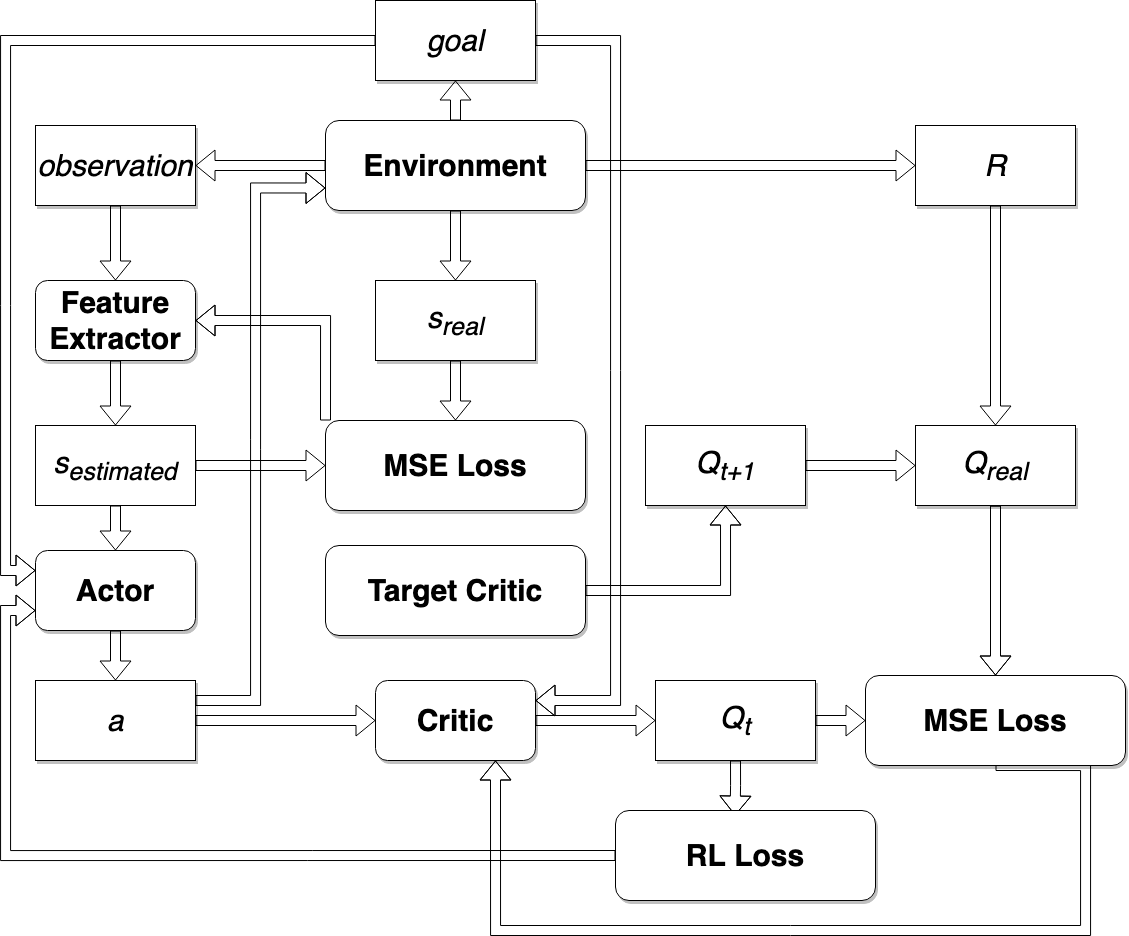
The draw.io diagram assets/files/sim2real.png in KraftOreo/kraftoreo.github.io, before a commit. Source tidied: cells renumbered, new cells last; positions are measured from the earlier drawing's top-left corner, leaving out a move shared by most shapes.
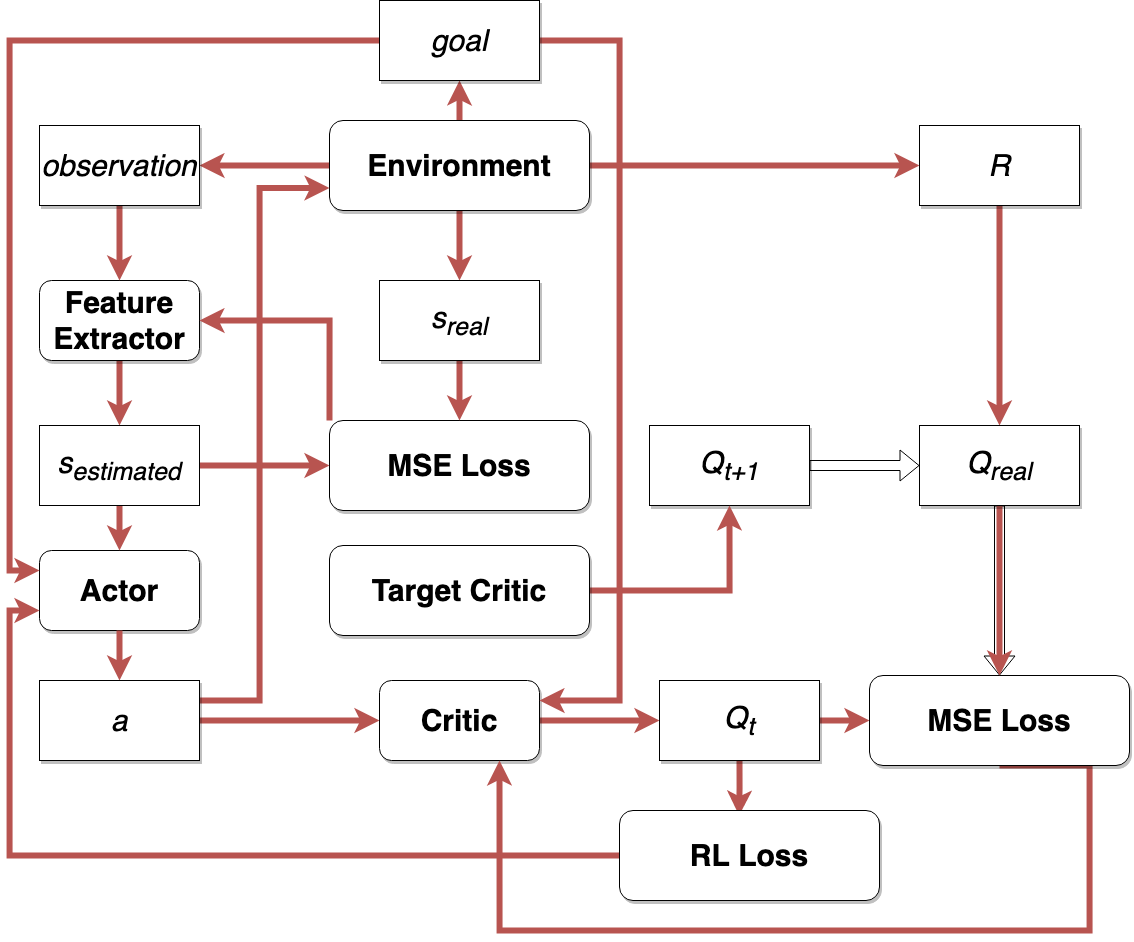
Later version of the same file.

The edit, as a diff of the source:
```diff
@@ -2,22 +2,22 @@
   <root>
     <mxCell id="0" />
     <mxCell id="1" parent="0" />
-    <mxCell id="2" style="edgeStyle=orthogonalEdgeStyle;shape=flexArrow;rounded=0;jettySize=auto;html=1;exitX=0.5;exitY=1;exitDx=0;exitDy=0;entryX=0.5;entryY=0;entryDx=0;entryDy=0;fontSize=30;" parent="1" edge="1" source="6" target="23">
+    <mxCell id="2" style="edgeStyle=orthogonalEdgeStyle;rounded=0;jettySize=auto;html=1;exitX=0.5;exitY=1;exitDx=0;exitDy=0;entryX=0.5;entryY=0;entryDx=0;entryDy=0;fontSize=30;fillColor=#f8cecc;strokeColor=#b85450;strokeWidth=6;" parent="1" edge="1" source="6" target="23">
       <mxGeometry relative="1" as="geometry" />
     </mxCell>
-    <mxCell id="3" style="edgeStyle=orthogonalEdgeStyle;shape=flexArrow;rounded=0;jettySize=auto;html=1;exitX=1;exitY=0.5;exitDx=0;exitDy=0;entryX=0;entryY=0.5;entryDx=0;entryDy=0;fontSize=30;" parent="1" edge="1" source="6" target="32">
+    <mxCell id="3" style="edgeStyle=orthogonalEdgeStyle;rounded=0;jettySize=auto;html=1;exitX=1;exitY=0.5;exitDx=0;exitDy=0;entryX=0;entryY=0.5;entryDx=0;entryDy=0;fontSize=30;fillColor=#f8cecc;strokeColor=#b85450;strokeWidth=6;" parent="1" edge="1" source="6" target="32">
       <mxGeometry relative="1" as="geometry" />
     </mxCell>
-    <mxCell id="4" style="edgeStyle=orthogonalEdgeStyle;shape=flexArrow;rounded=0;jettySize=auto;html=1;exitX=0;exitY=0.5;exitDx=0;exitDy=0;fontSize=30;endSize=6;" parent="1" edge="1" source="6" target="19">
+    <mxCell id="4" style="edgeStyle=orthogonalEdgeStyle;rounded=0;jettySize=auto;html=1;exitX=0;exitY=0.5;exitDx=0;exitDy=0;fontSize=30;fillColor=#f8cecc;strokeColor=#b85450;strokeWidth=6;" parent="1" edge="1" source="6" target="19">
       <mxGeometry relative="1" as="geometry" />
     </mxCell>
-    <mxCell id="5" style="edgeStyle=orthogonalEdgeStyle;shape=flexArrow;rounded=0;jettySize=auto;html=1;exitX=0.5;exitY=0;exitDx=0;exitDy=0;entryX=0.5;entryY=1;entryDx=0;entryDy=0;fontSize=30;endSize=6;" parent="1" edge="1" source="6" target="44">
+    <mxCell id="5" style="edgeStyle=orthogonalEdgeStyle;rounded=0;jettySize=auto;html=1;exitX=0.5;exitY=0;exitDx=0;exitDy=0;entryX=0.5;entryY=1;entryDx=0;entryDy=0;fontSize=30;fillColor=#f8cecc;strokeColor=#b85450;strokeWidth=6;" parent="1" edge="1" source="6" target="44">
       <mxGeometry relative="1" as="geometry" />
     </mxCell>
     <mxCell id="6" value="&lt;b&gt;Environment&lt;/b&gt;" style="rounded=1;whiteSpace=wrap;html=1;shadow=1;glass=0;sketch=0;fontSize=30;" parent="1" vertex="1">
       <mxGeometry x="320" y="120" width="260" height="90" as="geometry" />
     </mxCell>
-    <mxCell id="7" style="edgeStyle=orthogonalEdgeStyle;shape=flexArrow;rounded=0;jettySize=auto;html=1;exitX=0.5;exitY=1;exitDx=0;exitDy=0;entryX=0.5;entryY=0;entryDx=0;entryDy=0;fontSize=30;" parent="1" edge="1" source="8" target="13">
+    <mxCell id="7" style="edgeStyle=orthogonalEdgeStyle;rounded=0;jettySize=auto;html=1;exitX=0.5;exitY=1;exitDx=0;exitDy=0;entryX=0.5;entryY=0;entryDx=0;entryDy=0;fontSize=30;fillColor=#f8cecc;strokeColor=#b85450;strokeWidth=6;" parent="1" edge="1" source="8" target="13">
       <mxGeometry relative="1" as="geometry" />
     </mxCell>
     <mxCell id="8" value="&lt;b&gt;Feature Extractor&lt;/b&gt;" style="whiteSpace=wrap;html=1;align=center;newEdgeStyle={&quot;edgeStyle&quot;:&quot;elbowEdgeStyle&quot;,&quot;startArrow&quot;:&quot;none&quot;,&quot;endArrow&quot;:&quot;none&quot;};fontSize=30;rounded=1;shadow=1;sketch=0;glass=0;" parent="1" vertex="1">
@@ -29,19 +29,19 @@
     <mxCell id="10" style="edgeStyle=elbowEdgeStyle;shape=flexArrow;rounded=0;orthogonalLoop=1;jettySize=auto;html=1;elbow=vertical;startArrow=none;endArrow=none;exitX=0.5;exitY=0;exitDx=0;exitDy=0;exitPerimeter=0;" parent="1" edge="1" source="13" target="13">
       <mxGeometry relative="1" as="geometry" />
     </mxCell>
-    <mxCell id="11" style="edgeStyle=orthogonalEdgeStyle;shape=flexArrow;rounded=0;jettySize=auto;html=1;exitX=0.5;exitY=1;exitDx=0;exitDy=0;entryX=0.5;entryY=0;entryDx=0;entryDy=0;fontSize=30;" parent="1" edge="1" source="13" target="9">
+    <mxCell id="11" style="edgeStyle=orthogonalEdgeStyle;rounded=0;jettySize=auto;html=1;exitX=0.5;exitY=1;exitDx=0;exitDy=0;entryX=0.5;entryY=0;entryDx=0;entryDy=0;fontSize=30;fillColor=#f8cecc;strokeColor=#b85450;strokeWidth=6;" parent="1" edge="1" source="13" target="9">
       <mxGeometry relative="1" as="geometry" />
     </mxCell>
-    <mxCell id="12" style="edgeStyle=orthogonalEdgeStyle;shape=flexArrow;rounded=0;jettySize=auto;html=1;exitX=1;exitY=0.5;exitDx=0;exitDy=0;entryX=0;entryY=0.5;entryDx=0;entryDy=0;fontSize=30;" parent="1" edge="1" source="13" target="21">
+    <mxCell id="12" style="edgeStyle=orthogonalEdgeStyle;rounded=0;jettySize=auto;html=1;exitX=1;exitY=0.5;exitDx=0;exitDy=0;entryX=0;entryY=0.5;entryDx=0;entryDy=0;fontSize=30;fillColor=#f8cecc;strokeColor=#b85450;strokeWidth=6;" parent="1" edge="1" source="13" target="21">
       <mxGeometry relative="1" as="geometry" />
     </mxCell>
     <mxCell id="13" value="&lt;i&gt;s&lt;sub&gt;estimated&lt;/sub&gt;&lt;/i&gt;" style="whiteSpace=wrap;html=1;align=center;newEdgeStyle={&quot;edgeStyle&quot;:&quot;elbowEdgeStyle&quot;,&quot;startArrow&quot;:&quot;none&quot;,&quot;endArrow&quot;:&quot;none&quot;};fontSize=30;" parent="1" vertex="1">
       <mxGeometry x="30" y="425" width="160" height="80" as="geometry" />
     </mxCell>
-    <mxCell id="14" style="edgeStyle=orthogonalEdgeStyle;shape=flexArrow;rounded=0;jettySize=auto;html=1;exitX=0.5;exitY=1;exitDx=0;exitDy=0;entryX=0.5;entryY=0;entryDx=0;entryDy=0;fontSize=30;" parent="1" edge="1" source="9" target="17">
+    <mxCell id="14" style="edgeStyle=orthogonalEdgeStyle;rounded=0;jettySize=auto;html=1;exitX=0.5;exitY=1;exitDx=0;exitDy=0;entryX=0.5;entryY=0;entryDx=0;entryDy=0;fontSize=30;fillColor=#f8cecc;strokeColor=#b85450;strokeWidth=6;" parent="1" edge="1" source="9" target="17">
       <mxGeometry relative="1" as="geometry" />
     </mxCell>
-    <mxCell id="15" style="edgeStyle=orthogonalEdgeStyle;shape=flexArrow;rounded=0;jettySize=auto;html=1;exitX=1;exitY=0.25;exitDx=0;exitDy=0;entryX=0;entryY=0.75;entryDx=0;entryDy=0;fontSize=30;endSize=6;" parent="1" edge="1" source="17" target="6">
+    <mxCell id="15" style="edgeStyle=orthogonalEdgeStyle;rounded=0;jettySize=auto;html=1;exitX=1;exitY=0.25;exitDx=0;exitDy=0;entryX=0;entryY=0.75;entryDx=0;entryDy=0;fontSize=30;fillColor=#f8cecc;strokeColor=#b85450;strokeWidth=6;" parent="1" edge="1" source="17" target="6">
       <mxGeometry relative="1" as="geometry">
         <Array as="points">
           <mxPoint x="250" y="700" />
@@ -49,46 +49,46 @@
         </Array>
       </mxGeometry>
     </mxCell>
-    <mxCell id="16" style="edgeStyle=orthogonalEdgeStyle;shape=flexArrow;rounded=0;jettySize=auto;html=1;exitX=1;exitY=0.5;exitDx=0;exitDy=0;fontSize=30;endSize=6;" parent="1" edge="1" source="17" target="25">
+    <mxCell id="16" style="edgeStyle=orthogonalEdgeStyle;rounded=0;jettySize=auto;html=1;exitX=1;exitY=0.5;exitDx=0;exitDy=0;fontSize=30;fillColor=#f8cecc;strokeColor=#b85450;strokeWidth=6;" parent="1" edge="1" source="17" target="25">
       <mxGeometry relative="1" as="geometry" />
     </mxCell>
     <mxCell id="17" value="&lt;font style=&quot;font-size: 30px&quot;&gt;&lt;i&gt;a&lt;/i&gt;&lt;/font&gt;" style="whiteSpace=wrap;html=1;align=center;verticalAlign=middle;newEdgeStyle={&quot;edgeStyle&quot;:&quot;elbowEdgeStyle&quot;,&quot;startArrow&quot;:&quot;none&quot;,&quot;endArrow&quot;:&quot;none&quot;};fontSize=30;rounded=0;shadow=1;" parent="1" vertex="1">
       <mxGeometry x="30" y="680" width="160" height="80" as="geometry" />
     </mxCell>
-    <mxCell id="18" style="edgeStyle=orthogonalEdgeStyle;shape=flexArrow;rounded=0;jettySize=auto;html=1;exitX=0.5;exitY=1;exitDx=0;exitDy=0;entryX=0.5;entryY=0;entryDx=0;entryDy=0;fontSize=30;" parent="1" edge="1" source="19" target="8">
+    <mxCell id="18" style="edgeStyle=orthogonalEdgeStyle;rounded=0;jettySize=auto;html=1;exitX=0.5;exitY=1;exitDx=0;exitDy=0;entryX=0.5;entryY=0;entryDx=0;entryDy=0;fontSize=30;fillColor=#f8cecc;strokeColor=#b85450;strokeWidth=6;" parent="1" edge="1" source="19" target="8">
       <mxGeometry relative="1" as="geometry" />
     </mxCell>
     <mxCell id="19" value="&lt;i&gt;observation&lt;/i&gt;" style="whiteSpace=wrap;html=1;align=center;verticalAlign=middle;newEdgeStyle={&quot;edgeStyle&quot;:&quot;elbowEdgeStyle&quot;,&quot;startArrow&quot;:&quot;none&quot;,&quot;endArrow&quot;:&quot;none&quot;};fontSize=30;rounded=0;shadow=1;" parent="1" vertex="1">
       <mxGeometry x="30" y="125" width="160" height="80" as="geometry" />
     </mxCell>
-    <mxCell id="20" style="edgeStyle=orthogonalEdgeStyle;shape=flexArrow;rounded=0;jettySize=auto;html=1;exitX=0;exitY=0;exitDx=0;exitDy=0;entryX=1;entryY=0.5;entryDx=0;entryDy=0;fontSize=30;endSize=6;" parent="1" edge="1" source="21" target="8">
+    <mxCell id="20" style="edgeStyle=orthogonalEdgeStyle;rounded=0;jettySize=auto;html=1;exitX=0;exitY=0;exitDx=0;exitDy=0;entryX=1;entryY=0.5;entryDx=0;entryDy=0;fontSize=30;fillColor=#f8cecc;strokeColor=#b85450;strokeWidth=6;" parent="1" edge="1" source="21" target="8">
       <mxGeometry relative="1" as="geometry" />
     </mxCell>
     <mxCell id="21" value="&lt;b&gt;MSE Loss&lt;/b&gt;" style="rounded=1;whiteSpace=wrap;html=1;shadow=1;glass=0;sketch=0;fontSize=30;" parent="1" vertex="1">
       <mxGeometry x="320" y="420" width="260" height="90" as="geometry" />
     </mxCell>
-    <mxCell id="22" style="edgeStyle=orthogonalEdgeStyle;shape=flexArrow;rounded=0;jettySize=auto;html=1;exitX=0.5;exitY=1;exitDx=0;exitDy=0;entryX=0.5;entryY=0;entryDx=0;entryDy=0;fontSize=30;endSize=6;" parent="1" edge="1" source="23" target="21">
+    <mxCell id="22" style="edgeStyle=orthogonalEdgeStyle;rounded=0;jettySize=auto;html=1;exitX=0.5;exitY=1;exitDx=0;exitDy=0;entryX=0.5;entryY=0;entryDx=0;entryDy=0;fontSize=30;fillColor=#f8cecc;strokeColor=#b85450;strokeWidth=6;" parent="1" edge="1" source="23" target="21">
       <mxGeometry relative="1" as="geometry" />
     </mxCell>
     <mxCell id="23" value="&lt;i&gt;s&lt;/i&gt;&lt;sub&gt;&lt;i&gt;real&lt;/i&gt;&lt;/sub&gt;" style="whiteSpace=wrap;html=1;align=center;verticalAlign=middle;newEdgeStyle={&quot;edgeStyle&quot;:&quot;elbowEdgeStyle&quot;,&quot;startArrow&quot;:&quot;none&quot;,&quot;endArrow&quot;:&quot;none&quot;};fontSize=30;rounded=0;shadow=1;" parent="1" vertex="1">
       <mxGeometry x="370" y="280" width="160" height="80" as="geometry" />
     </mxCell>
-    <mxCell id="24" style="edgeStyle=orthogonalEdgeStyle;shape=flexArrow;rounded=0;jettySize=auto;html=1;exitX=1;exitY=0.5;exitDx=0;exitDy=0;entryX=0;entryY=0.5;entryDx=0;entryDy=0;fontSize=30;" parent="1" edge="1" source="25" target="28">
+    <mxCell id="24" style="edgeStyle=orthogonalEdgeStyle;rounded=0;jettySize=auto;html=1;exitX=1;exitY=0.5;exitDx=0;exitDy=0;entryX=0;entryY=0.5;entryDx=0;entryDy=0;fontSize=30;fillColor=#f8cecc;strokeColor=#b85450;strokeWidth=6;" parent="1" edge="1" source="25" target="28">
       <mxGeometry relative="1" as="geometry" />
     </mxCell>
     <mxCell id="25" value="&lt;b&gt;Critic&lt;/b&gt;" style="whiteSpace=wrap;html=1;align=center;verticalAlign=middle;newEdgeStyle={&quot;edgeStyle&quot;:&quot;elbowEdgeStyle&quot;,&quot;startArrow&quot;:&quot;none&quot;,&quot;endArrow&quot;:&quot;none&quot;};fontSize=30;rounded=1;shadow=1;" parent="1" vertex="1">
       <mxGeometry x="370" y="680" width="160" height="80" as="geometry" />
     </mxCell>
-    <mxCell id="26" style="edgeStyle=orthogonalEdgeStyle;shape=flexArrow;rounded=0;jettySize=auto;html=1;exitX=1;exitY=0.5;exitDx=0;exitDy=0;fontSize=30;entryX=0;entryY=0.5;entryDx=0;entryDy=0;" parent="1" edge="1" source="28" target="30">
+    <mxCell id="26" style="edgeStyle=orthogonalEdgeStyle;rounded=0;jettySize=auto;html=1;exitX=1;exitY=0.5;exitDx=0;exitDy=0;fontSize=30;entryX=0;entryY=0.5;entryDx=0;entryDy=0;fillColor=#f8cecc;strokeColor=#b85450;strokeWidth=6;" parent="1" edge="1" source="28" target="30">
       <mxGeometry relative="1" as="geometry" />
     </mxCell>
-    <mxCell id="27" style="edgeStyle=orthogonalEdgeStyle;shape=flexArrow;rounded=0;jettySize=auto;html=1;exitX=0.5;exitY=1;exitDx=0;exitDy=0;entryX=0.46;entryY=0.056;entryDx=0;entryDy=0;entryPerimeter=0;fontSize=30;" parent="1" edge="1" source="28" target="41">
+    <mxCell id="27" style="edgeStyle=orthogonalEdgeStyle;rounded=0;jettySize=auto;html=1;exitX=0.5;exitY=1;exitDx=0;exitDy=0;entryX=0.46;entryY=0.056;entryDx=0;entryDy=0;entryPerimeter=0;fontSize=30;fillColor=#f8cecc;strokeColor=#b85450;strokeWidth=6;" parent="1" edge="1" source="28" target="41">
       <mxGeometry relative="1" as="geometry" />
     </mxCell>
     <mxCell id="28" value="&lt;i&gt;Q&lt;sub&gt;t&lt;/sub&gt;&lt;/i&gt;" style="whiteSpace=wrap;html=1;align=center;verticalAlign=middle;newEdgeStyle={&quot;edgeStyle&quot;:&quot;elbowEdgeStyle&quot;,&quot;startArrow&quot;:&quot;none&quot;,&quot;endArrow&quot;:&quot;none&quot;};fontSize=30;rounded=0;shadow=1;" parent="1" vertex="1">
       <mxGeometry x="650" y="680" width="160" height="80" as="geometry" />
     </mxCell>
-    <mxCell id="29" style="edgeStyle=orthogonalEdgeStyle;shape=flexArrow;rounded=0;jettySize=auto;html=1;exitX=0.5;exitY=1;exitDx=0;exitDy=0;entryX=0.75;entryY=1;entryDx=0;entryDy=0;fontSize=30;endSize=6;" parent="1" edge="1" source="30" target="25">
+    <mxCell id="29" style="edgeStyle=orthogonalEdgeStyle;rounded=0;jettySize=auto;html=1;exitX=0.5;exitY=1;exitDx=0;exitDy=0;entryX=0.75;entryY=1;entryDx=0;entryDy=0;fontSize=30;fillColor=#f8cecc;strokeColor=#b85450;strokeWidth=6;" parent="1" edge="1" source="30" target="25">
       <mxGeometry relative="1" as="geometry">
         <Array as="points">
           <mxPoint x="1080" y="930" />
@@ -99,7 +99,7 @@
     <mxCell id="30" value="&lt;b&gt;MSE Loss&lt;/b&gt;" style="rounded=1;whiteSpace=wrap;html=1;shadow=1;glass=0;sketch=0;fontSize=30;" parent="1" vertex="1">
       <mxGeometry x="860" y="675" width="260" height="90" as="geometry" />
     </mxCell>
-    <mxCell id="31" style="edgeStyle=orthogonalEdgeStyle;shape=flexArrow;rounded=0;jettySize=auto;html=1;exitX=0.5;exitY=1;exitDx=0;exitDy=0;entryX=0.5;entryY=0;entryDx=0;entryDy=0;fontSize=30;endSize=6;" parent="1" edge="1" source="32" target="39">
+    <mxCell id="31" style="edgeStyle=orthogonalEdgeStyle;rounded=0;jettySize=auto;html=1;exitX=0.5;exitY=1;exitDx=0;exitDy=0;entryX=0.5;entryY=0;entryDx=0;entryDy=0;fontSize=30;fillColor=#f8cecc;strokeColor=#b85450;strokeWidth=6;" parent="1" edge="1" source="32" target="39">
       <mxGeometry relative="1" as="geometry" />
     </mxCell>
     <mxCell id="32" value="&lt;font style=&quot;font-size: 30px&quot;&gt;&lt;i&gt;R&lt;/i&gt;&lt;/font&gt;" style="whiteSpace=wrap;html=1;align=center;verticalAlign=middle;newEdgeStyle={&quot;edgeStyle&quot;:&quot;elbowEdgeStyle&quot;,&quot;startArrow&quot;:&quot;none&quot;,&quot;endArrow&quot;:&quot;none&quot;};fontSize=30;rounded=0;shadow=1;" parent="1" vertex="1">
@@ -111,7 +111,7 @@
     <mxCell id="34" value="&lt;i&gt;Q&lt;sub&gt;t+1&lt;/sub&gt;&lt;/i&gt;" style="whiteSpace=wrap;html=1;align=center;verticalAlign=middle;newEdgeStyle={&quot;edgeStyle&quot;:&quot;elbowEdgeStyle&quot;,&quot;startArrow&quot;:&quot;none&quot;,&quot;endArrow&quot;:&quot;none&quot;};fontSize=30;rounded=0;shadow=1;" parent="1" vertex="1">
       <mxGeometry x="640" y="425" width="160" height="80" as="geometry" />
     </mxCell>
-    <mxCell id="35" style="edgeStyle=orthogonalEdgeStyle;shape=flexArrow;rounded=0;jettySize=auto;html=1;exitX=1;exitY=0.5;exitDx=0;exitDy=0;entryX=0.5;entryY=1;entryDx=0;entryDy=0;fontSize=30;endSize=6;" parent="1" edge="1" source="36" target="34">
+    <mxCell id="35" style="edgeStyle=orthogonalEdgeStyle;rounded=0;jettySize=auto;html=1;exitX=1;exitY=0.5;exitDx=0;exitDy=0;entryX=0.5;entryY=1;entryDx=0;entryDy=0;fontSize=30;fillColor=#f8cecc;strokeColor=#b85450;strokeWidth=6;" parent="1" edge="1" source="36" target="34">
       <mxGeometry relative="1" as="geometry" />
     </mxCell>
     <mxCell id="36" value="&lt;b&gt;Target Critic&lt;/b&gt;" style="rounded=1;whiteSpace=wrap;html=1;shadow=1;glass=0;sketch=0;fontSize=30;" parent="1" vertex="1">
@@ -120,13 +120,13 @@
     <mxCell id="37" style="edgeStyle=orthogonalEdgeStyle;shape=flexArrow;rounded=0;jettySize=auto;html=1;fontSize=30;" parent="1" edge="1" source="39" target="30">
       <mxGeometry relative="1" as="geometry" />
     </mxCell>
-    <mxCell id="38" style="edgeStyle=orthogonalEdgeStyle;shape=flexArrow;rounded=0;jettySize=auto;html=1;exitX=0.5;exitY=1;exitDx=0;exitDy=0;entryX=0.5;entryY=0;entryDx=0;entryDy=0;fontSize=30;" parent="1" edge="1" source="39" target="30">
+    <mxCell id="38" style="edgeStyle=orthogonalEdgeStyle;rounded=0;jettySize=auto;html=1;exitX=0.5;exitY=1;exitDx=0;exitDy=0;entryX=0.5;entryY=0;entryDx=0;entryDy=0;fontSize=30;fillColor=#f8cecc;strokeColor=#b85450;strokeWidth=6;" parent="1" edge="1" source="39" target="30">
       <mxGeometry relative="1" as="geometry" />
     </mxCell>
     <mxCell id="39" value="&lt;font style=&quot;font-size: 30px&quot;&gt;&lt;i&gt;Q&lt;sub&gt;real&lt;/sub&gt;&lt;/i&gt;&lt;/font&gt;" style="whiteSpace=wrap;html=1;align=center;verticalAlign=middle;newEdgeStyle={&quot;edgeStyle&quot;:&quot;elbowEdgeStyle&quot;,&quot;startArrow&quot;:&quot;none&quot;,&quot;endArrow&quot;:&quot;none&quot;};fontSize=30;rounded=0;shadow=1;" parent="1" vertex="1">
       <mxGeometry x="910" y="425" width="160" height="80" as="geometry" />
     </mxCell>
-    <mxCell id="40" style="edgeStyle=orthogonalEdgeStyle;shape=flexArrow;rounded=0;jettySize=auto;html=1;exitX=0;exitY=0.5;exitDx=0;exitDy=0;entryX=0;entryY=0.75;entryDx=0;entryDy=0;fontSize=30;endSize=6;" parent="1" edge="1" source="41" target="9">
+    <mxCell id="40" style="edgeStyle=orthogonalEdgeStyle;rounded=0;jettySize=auto;html=1;exitX=0;exitY=0.5;exitDx=0;exitDy=0;entryX=0;entryY=0.75;entryDx=0;entryDy=0;fontSize=30;fillColor=#f8cecc;strokeColor=#b85450;strokeWidth=6;" parent="1" edge="1" source="41" target="9">
       <mxGeometry relative="1" as="geometry">
         <Array as="points">
           <mxPoint y="855" />
@@ -137,7 +137,7 @@
     <mxCell id="41" value="&lt;b&gt;RL Loss&lt;/b&gt;" style="rounded=1;whiteSpace=wrap;html=1;shadow=1;glass=0;sketch=0;fontSize=30;" parent="1" vertex="1">
       <mxGeometry x="610" y="810" width="260" height="90" as="geometry" />
     </mxCell>
-    <mxCell id="42" style="edgeStyle=orthogonalEdgeStyle;shape=flexArrow;rounded=0;jettySize=auto;html=1;exitX=1;exitY=0.5;exitDx=0;exitDy=0;entryX=1;entryY=0.25;entryDx=0;entryDy=0;fontSize=30;endSize=6;" parent="1" edge="1" source="44" target="25">
+    <mxCell id="42" style="edgeStyle=orthogonalEdgeStyle;rounded=0;jettySize=auto;html=1;exitX=1;exitY=0.5;exitDx=0;exitDy=0;entryX=1;entryY=0.25;entryDx=0;entryDy=0;fontSize=30;fillColor=#f8cecc;strokeColor=#b85450;strokeWidth=6;" parent="1" edge="1" source="44" target="25">
       <mxGeometry relative="1" as="geometry">
         <Array as="points">
           <mxPoint x="610" y="40" />
@@ -145,7 +145,7 @@
         </Array>
       </mxGeometry>
     </mxCell>
-    <mxCell id="43" style="edgeStyle=orthogonalEdgeStyle;shape=flexArrow;rounded=0;jettySize=auto;html=1;exitX=0;exitY=0.5;exitDx=0;exitDy=0;entryX=0;entryY=0.25;entryDx=0;entryDy=0;fontSize=30;endSize=6;" parent="1" edge="1" source="44" target="9">
+    <mxCell id="43" style="edgeStyle=orthogonalEdgeStyle;rounded=0;jettySize=auto;html=1;exitX=0;exitY=0.5;exitDx=0;exitDy=0;entryX=0;entryY=0.25;entryDx=0;entryDy=0;fontSize=30;strokeColor=#b85450;fillColor=#f8cecc;strokeWidth=6;" parent="1" edge="1" source="44" target="9">
       <mxGeometry relative="1" as="geometry">
         <Array as="points">
           <mxPoint y="40" />
```
